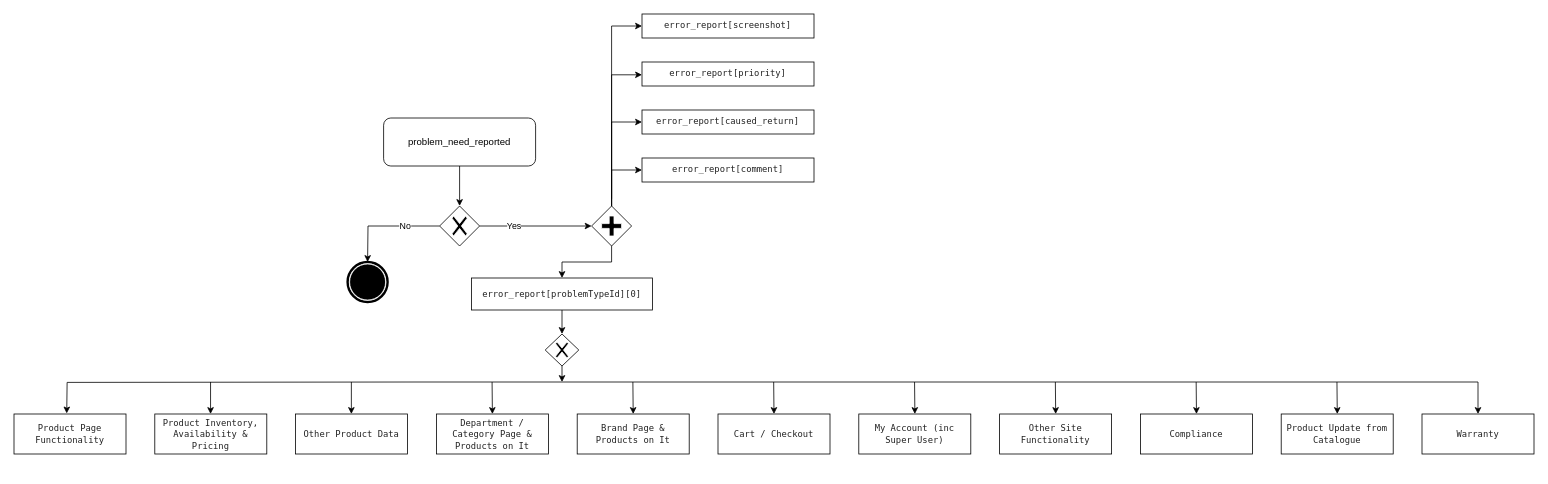
Earlier version of the draw.io diagram page "General" (1 of 11) of report-error.drawio (yvelio/test). Source tidied: cells renumbered, new cells numbered last; positions are measured from the earlier drawing's top-left corner, leaving out a move shared by most shapes. Both pictures are drawn from the tidied source at 80%, with x=0, y=0 at pixel (14, 14).
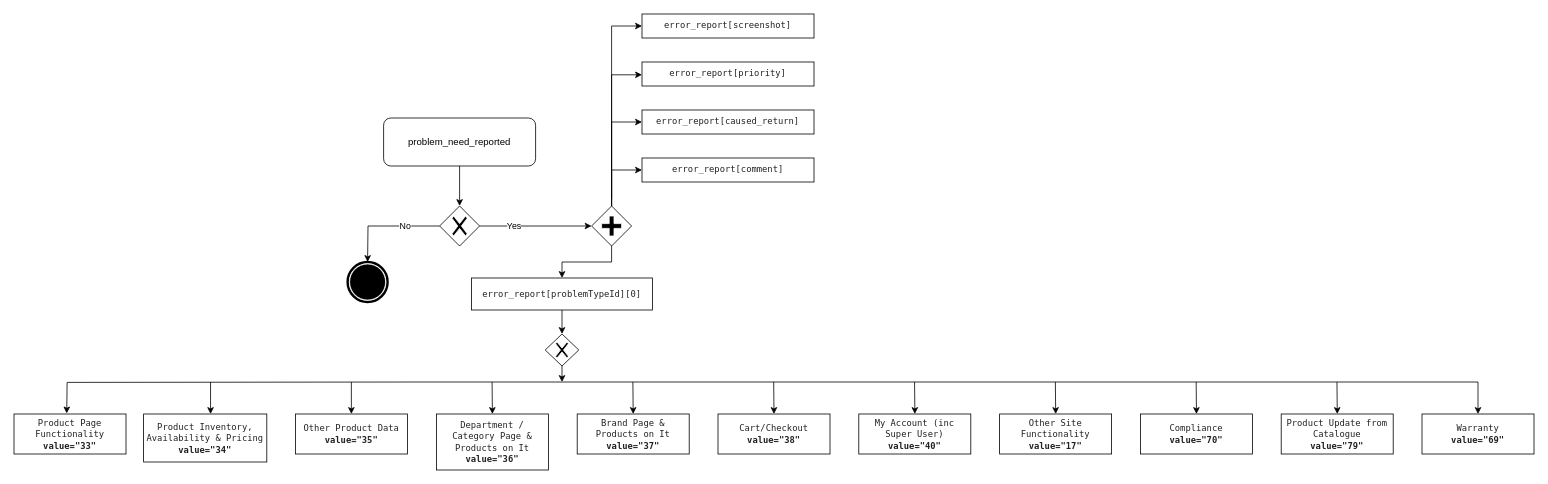
The same page after the edit.

The edit, as a diff of the source:
```diff
@@
-    <mxCell id="24" value="&lt;span style=&quot;color: rgb(34 , 34 , 34) ; font-family: &amp;#34;menlo&amp;#34; , monospace ; font-size: 11px ; text-align: left ; background-color: rgb(255 , 255 , 255)&quot;&gt;Product Page Functionality&lt;br&gt;     &lt;/span&gt;" style="whiteSpace=wrap;html=1;verticalAlign=middle;" parent="1" vertex="1">
+    <mxCell id="24" value="&lt;span style=&quot;text-align: left ; background-color: rgb(255 , 255 , 255)&quot;&gt;&lt;font color=&quot;#222222&quot; face=&quot;menlo, monospace&quot;&gt;&lt;span style=&quot;font-size: 11px&quot;&gt;Product Page Functionality&lt;/span&gt;&lt;/font&gt;&lt;br&gt;&lt;font color=&quot;#222222&quot; face=&quot;menlo, monospace&quot;&gt;&lt;span style=&quot;font-size: 11px&quot;&gt;&lt;b&gt;value=&quot;33&quot;&lt;/b&gt;&lt;/span&gt;&lt;/font&gt;&lt;br&gt;     &lt;/span&gt;" style="whiteSpace=wrap;html=1;verticalAlign=middle;" parent="1" vertex="1">
       <mxGeometry y="500" width="140" height="50" as="geometry" />
     </mxCell>
@@
-    <mxCell id="26" value="&lt;span style=&quot;color: rgb(34 , 34 , 34) ; font-family: &amp;#34;menlo&amp;#34; , monospace ; font-size: 11px ; text-align: left ; background-color: rgb(255 , 255 , 255)&quot;&gt;Product Inventory, Availability &amp;amp; Pricing&lt;/span&gt;&lt;span style=&quot;color: rgb(34 , 34 , 34) ; font-family: &amp;#34;menlo&amp;#34; , monospace ; font-size: 11px ; text-align: left ; background-color: rgb(255 , 255 , 255)&quot;&gt;&lt;br&gt;     &lt;/span&gt;" style="whiteSpace=wrap;html=1;verticalAlign=middle;" parent="1" vertex="1">
-      <mxGeometry x="176" y="500" width="140" height="50" as="geometry" />
+    <mxCell id="26" value="&lt;span style=&quot;color: rgb(34 , 34 , 34) ; font-family: &amp;#34;menlo&amp;#34; , monospace ; font-size: 11px ; text-align: left ; background-color: rgb(255 , 255 , 255)&quot;&gt;Product Inventory, Availability &amp;amp; Pricing&lt;br&gt;&lt;/span&gt;&lt;span style=&quot;text-align: left ; background-color: rgb(255 , 255 , 255)&quot;&gt;&lt;font color=&quot;#222222&quot; face=&quot;menlo, monospace&quot;&gt;&lt;span style=&quot;font-size: 11px&quot;&gt;&lt;b&gt;value=&quot;34&quot;&lt;/b&gt;&lt;/span&gt;&lt;/font&gt;&lt;br&gt;     &lt;/span&gt;" style="whiteSpace=wrap;html=1;verticalAlign=middle;" parent="1" vertex="1">
+      <mxGeometry x="162" y="500" width="154" height="60" as="geometry" />
     </mxCell>
-    <mxCell id="27" value="&lt;br class=&quot;Apple-interchange-newline&quot;&gt;&lt;span style=&quot;color: rgb(34 , 34 , 34) ; font-family: &amp;#34;menlo&amp;#34; , monospace ; font-size: 11px ; text-align: left ; background-color: rgb(255 , 255 , 255)&quot;&gt;Other Product Data&lt;br&gt;     &lt;/span&gt;&lt;span style=&quot;color: rgb(34 , 34 , 34) ; font-family: &amp;#34;menlo&amp;#34; , monospace ; font-size: 11px ; text-align: left ; background-color: rgb(255 , 255 , 255)&quot;&gt;&lt;br&gt;     &lt;/span&gt;" style="whiteSpace=wrap;html=1;verticalAlign=middle;" parent="1" vertex="1">
+    <mxCell id="27" value="&lt;br class=&quot;Apple-interchange-newline&quot;&gt;&lt;span style=&quot;text-align: left ; background-color: rgb(255 , 255 , 255)&quot;&gt;&lt;font color=&quot;#222222&quot; face=&quot;menlo, monospace&quot;&gt;&lt;span style=&quot;font-size: 11px&quot;&gt;Other Product Data&lt;/span&gt;&lt;/font&gt;&lt;br&gt;&lt;b&gt;&lt;font color=&quot;#222222&quot; face=&quot;menlo, monospace&quot;&gt;&lt;span style=&quot;font-size: 11px&quot;&gt;value=&quot;35&quot;&lt;/span&gt;&lt;/font&gt;&lt;br&gt;&lt;/b&gt;     &lt;/span&gt;&lt;span style=&quot;color: rgb(34 , 34 , 34) ; font-family: &amp;#34;menlo&amp;#34; , monospace ; font-size: 11px ; text-align: left ; background-color: rgb(255 , 255 , 255)&quot;&gt;&lt;br&gt;     &lt;/span&gt;" style="whiteSpace=wrap;html=1;verticalAlign=middle;" parent="1" vertex="1">
       <mxGeometry x="352" y="500" width="140" height="50" as="geometry" />
     </mxCell>
@@
-    <mxCell id="30" value="&lt;span style=&quot;color: rgb(34 , 34 , 34) ; font-family: &amp;#34;menlo&amp;#34; , monospace ; font-size: 11px ; text-align: left ; background-color: rgb(255 , 255 , 255)&quot;&gt;Department / Category Page &amp;amp; Products on It&lt;/span&gt;&lt;span style=&quot;color: rgb(34 , 34 , 34) ; font-family: &amp;#34;menlo&amp;#34; , monospace ; font-size: 11px ; text-align: left ; background-color: rgb(255 , 255 , 255)&quot;&gt;&lt;br&gt;     &lt;/span&gt;" style="whiteSpace=wrap;html=1;verticalAlign=middle;" parent="1" vertex="1">
-      <mxGeometry x="528" y="500" width="140" height="50" as="geometry" />
+    <mxCell id="30" value="&lt;span style=&quot;color: rgb(34 , 34 , 34) ; font-family: &amp;#34;menlo&amp;#34; , monospace ; font-size: 11px ; text-align: left ; background-color: rgb(255 , 255 , 255)&quot;&gt;Department / Category Page &amp;amp; Products on It&lt;br&gt;&lt;/span&gt;&lt;span style=&quot;text-align: left ; background-color: rgb(255 , 255 , 255)&quot;&gt;&lt;font color=&quot;#222222&quot; face=&quot;menlo, monospace&quot;&gt;&lt;span style=&quot;font-size: 11px&quot;&gt;&lt;b&gt;value=&quot;36&quot;&lt;/b&gt;&lt;/span&gt;&lt;/font&gt;&lt;br&gt;     &lt;/span&gt;" style="whiteSpace=wrap;html=1;verticalAlign=middle;" parent="1" vertex="1">
+      <mxGeometry x="528" y="500" width="140" height="70" as="geometry" />
     </mxCell>
-    <mxCell id="31" value="&lt;span style=&quot;color: rgb(34 , 34 , 34) ; font-family: &amp;#34;menlo&amp;#34; , monospace ; font-size: 11px ; text-align: left ; background-color: rgb(255 , 255 , 255)&quot;&gt;Brand Page &amp;amp; Products on It&lt;/span&gt;&lt;span style=&quot;color: rgb(34 , 34 , 34) ; font-family: &amp;#34;menlo&amp;#34; , monospace ; font-size: 11px ; text-align: left ; background-color: rgb(255 , 255 , 255)&quot;&gt;&lt;br&gt;     &lt;/span&gt;" style="whiteSpace=wrap;html=1;verticalAlign=middle;" parent="1" vertex="1">
+    <mxCell id="31" value="&lt;span style=&quot;color: rgb(34 , 34 , 34) ; font-family: &amp;#34;menlo&amp;#34; , monospace ; font-size: 11px ; text-align: left ; background-color: rgb(255 , 255 , 255)&quot;&gt;Brand Page &amp;amp; Products on It&lt;br&gt;&lt;/span&gt;&lt;span style=&quot;text-align: left ; background-color: rgb(255 , 255 , 255)&quot;&gt;&lt;font color=&quot;#222222&quot; face=&quot;menlo, monospace&quot;&gt;&lt;span style=&quot;font-size: 11px&quot;&gt;&lt;b&gt;value=&quot;37&quot;&lt;/b&gt;&lt;/span&gt;&lt;/font&gt;&lt;br&gt;     &lt;/span&gt;" style="whiteSpace=wrap;html=1;verticalAlign=middle;" parent="1" vertex="1">
       <mxGeometry x="704" y="500" width="140" height="50" as="geometry" />
     </mxCell>
-    <mxCell id="32" value="&lt;span style=&quot;color: rgb(34 , 34 , 34) ; font-family: &amp;#34;menlo&amp;#34; , monospace ; font-size: 11px ; text-align: left ; background-color: rgb(255 , 255 , 255)&quot;&gt;Cart / Checkout&lt;/span&gt;&lt;span style=&quot;color: rgb(34 , 34 , 34) ; font-family: &amp;#34;menlo&amp;#34; , monospace ; font-size: 11px ; text-align: left ; background-color: rgb(255 , 255 , 255)&quot;&gt;&lt;br&gt;     &lt;/span&gt;" style="whiteSpace=wrap;html=1;verticalAlign=middle;" parent="1" vertex="1">
+    <mxCell id="32" value="&lt;span style=&quot;color: rgb(34 , 34 , 34) ; font-family: &amp;#34;menlo&amp;#34; , monospace ; font-size: 11px ; text-align: left ; background-color: rgb(255 , 255 , 255)&quot;&gt;Cart/Checkout&lt;br&gt;&lt;/span&gt;&lt;span style=&quot;text-align: left ; background-color: rgb(255 , 255 , 255)&quot;&gt;&lt;font color=&quot;#222222&quot; face=&quot;menlo, monospace&quot;&gt;&lt;span style=&quot;font-size: 11px&quot;&gt;&lt;b&gt;value=&quot;38&quot;&lt;/b&gt;&lt;/span&gt;&lt;/font&gt;&lt;br&gt;     &lt;/span&gt;" style="whiteSpace=wrap;html=1;verticalAlign=middle;" parent="1" vertex="1">
       <mxGeometry x="880" y="500" width="140" height="50" as="geometry" />
     </mxCell>
@@
-    <mxCell id="34" value="&lt;span style=&quot;color: rgb(34 , 34 , 34) ; font-family: &amp;#34;menlo&amp;#34; , monospace ; font-size: 11px ; text-align: left ; background-color: rgb(255 , 255 , 255)&quot;&gt;&lt;br&gt;      My Account (inc Super User)&lt;br&gt;     &lt;/span&gt;&lt;span style=&quot;color: rgb(34 , 34 , 34) ; font-family: &amp;#34;menlo&amp;#34; , monospace ; font-size: 11px ; text-align: left ; background-color: rgb(255 , 255 , 255)&quot;&gt;&lt;br&gt;     &lt;/span&gt;" style="whiteSpace=wrap;html=1;verticalAlign=middle;" parent="1" vertex="1">
+    <mxCell id="34" value="&lt;span style=&quot;text-align: left ; background-color: rgb(255 , 255 , 255)&quot;&gt;&lt;br&gt;&lt;font color=&quot;#222222&quot; face=&quot;menlo, monospace&quot;&gt;&lt;span style=&quot;font-size: 11px&quot;&gt;      My Account (inc Super User)&lt;br&gt;&lt;b&gt;value=&quot;40&quot;&lt;/b&gt;&lt;/span&gt;&lt;/font&gt;&lt;b&gt;&lt;br&gt;&lt;/b&gt;     &lt;/span&gt;&lt;span style=&quot;color: rgb(34 , 34 , 34) ; font-family: &amp;#34;menlo&amp;#34; , monospace ; font-size: 11px ; text-align: left ; background-color: rgb(255 , 255 , 255)&quot;&gt;&lt;br&gt;     &lt;/span&gt;" style="whiteSpace=wrap;html=1;verticalAlign=middle;" parent="1" vertex="1">
       <mxGeometry x="1056" y="500" width="140" height="50" as="geometry" />
     </mxCell>
-    <mxCell id="35" value="&lt;span style=&quot;color: rgb(34 , 34 , 34) ; font-family: &amp;#34;menlo&amp;#34; , monospace ; font-size: 11px ; text-align: left ; background-color: rgb(255 , 255 , 255)&quot;&gt;Other Site Functionality&lt;/span&gt;&lt;span style=&quot;color: rgb(34 , 34 , 34) ; font-family: &amp;#34;menlo&amp;#34; , monospace ; font-size: 11px ; text-align: left ; background-color: rgb(255 , 255 , 255)&quot;&gt;&lt;br&gt;     &lt;/span&gt;" style="whiteSpace=wrap;html=1;verticalAlign=middle;" parent="1" vertex="1">
+    <mxCell id="35" value="&lt;span style=&quot;color: rgb(34 , 34 , 34) ; font-family: &amp;#34;menlo&amp;#34; , monospace ; font-size: 11px ; text-align: left ; background-color: rgb(255 , 255 , 255)&quot;&gt;Other Site Functionality&lt;br&gt;&lt;/span&gt;&lt;span style=&quot;text-align: left ; background-color: rgb(255 , 255 , 255)&quot;&gt;&lt;font color=&quot;#222222&quot; face=&quot;menlo, monospace&quot;&gt;&lt;span style=&quot;font-size: 11px&quot;&gt;&lt;b&gt;value=&quot;17&quot;&lt;/b&gt;&lt;/span&gt;&lt;/font&gt;&lt;br&gt;     &lt;/span&gt;" style="whiteSpace=wrap;html=1;verticalAlign=middle;" parent="1" vertex="1">
       <mxGeometry x="1232" y="500" width="140" height="50" as="geometry" />
     </mxCell>
-    <mxCell id="36" value="&lt;span style=&quot;color: rgb(34 , 34 , 34) ; font-family: &amp;#34;menlo&amp;#34; , monospace ; font-size: 11px ; text-align: left ; background-color: rgb(255 , 255 , 255)&quot;&gt;Compliance&lt;/span&gt;&lt;span style=&quot;color: rgb(34 , 34 , 34) ; font-family: &amp;#34;menlo&amp;#34; , monospace ; font-size: 11px ; text-align: left ; background-color: rgb(255 , 255 , 255)&quot;&gt;&lt;br&gt;     &lt;/span&gt;" style="whiteSpace=wrap;html=1;verticalAlign=middle;" parent="1" vertex="1">
+    <mxCell id="36" value="&lt;span style=&quot;color: rgb(34 , 34 , 34) ; font-family: &amp;#34;menlo&amp;#34; , monospace ; font-size: 11px ; text-align: left ; background-color: rgb(255 , 255 , 255)&quot;&gt;Compliance&lt;br&gt;&lt;/span&gt;&lt;span style=&quot;text-align: left ; background-color: rgb(255 , 255 , 255)&quot;&gt;&lt;font color=&quot;#222222&quot; face=&quot;menlo, monospace&quot;&gt;&lt;span style=&quot;font-size: 11px&quot;&gt;&lt;b&gt;value=&quot;70&quot;&lt;/b&gt;&lt;/span&gt;&lt;/font&gt;&lt;br&gt;     &lt;/span&gt;" style="whiteSpace=wrap;html=1;verticalAlign=middle;" parent="1" vertex="1">
       <mxGeometry x="1408" y="500" width="140" height="50" as="geometry" />
     </mxCell>
-    <mxCell id="37" value="&lt;span style=&quot;color: rgb(34 , 34 , 34) ; font-family: &amp;#34;menlo&amp;#34; , monospace ; font-size: 11px ; text-align: left ; background-color: rgb(255 , 255 , 255)&quot;&gt;&lt;br&gt;      Product Update from Catalogue&lt;br&gt;     &lt;/span&gt;&lt;span style=&quot;color: rgb(34 , 34 , 34) ; font-family: &amp;#34;menlo&amp;#34; , monospace ; font-size: 11px ; text-align: left ; background-color: rgb(255 , 255 , 255)&quot;&gt;&lt;br&gt;     &lt;/span&gt;" style="whiteSpace=wrap;html=1;verticalAlign=middle;" parent="1" vertex="1">
+    <mxCell id="37" value="&lt;span style=&quot;text-align: left ; background-color: rgb(255 , 255 , 255)&quot;&gt;&lt;br&gt;&lt;font color=&quot;#222222&quot; face=&quot;menlo, monospace&quot;&gt;&lt;span style=&quot;font-size: 11px&quot;&gt;      Product Update from Catalogue &lt;br&gt;&lt;b&gt;value=&quot;79&quot;&lt;/b&gt;&lt;/span&gt;&lt;/font&gt;&lt;b&gt;&lt;br&gt;&lt;/b&gt;     &lt;/span&gt;&lt;span style=&quot;color: rgb(34 , 34 , 34) ; font-family: &amp;#34;menlo&amp;#34; , monospace ; font-size: 11px ; text-align: left ; background-color: rgb(255 , 255 , 255)&quot;&gt;&lt;br&gt;     &lt;/span&gt;" style="whiteSpace=wrap;html=1;verticalAlign=middle;" parent="1" vertex="1">
       <mxGeometry x="1584" y="500" width="140" height="50" as="geometry" />
     </mxCell>
-    <mxCell id="38" value="&lt;span style=&quot;color: rgb(34 , 34 , 34) ; font-family: &amp;#34;menlo&amp;#34; , monospace ; font-size: 11px ; text-align: left ; background-color: rgb(255 , 255 , 255)&quot;&gt;Warranty&lt;br&gt;     &lt;/span&gt;" style="whiteSpace=wrap;html=1;verticalAlign=middle;" parent="1" vertex="1">
+    <mxCell id="38" value="&lt;span style=&quot;text-align: left ; background-color: rgb(255 , 255 , 255)&quot;&gt;&lt;font color=&quot;#222222&quot; face=&quot;menlo, monospace&quot;&gt;&lt;span style=&quot;font-size: 11px&quot;&gt;Warranty&lt;br&gt;&lt;b&gt;value=&quot;69&quot;&lt;/b&gt;&lt;/span&gt;&lt;/font&gt;&lt;br&gt;     &lt;/span&gt;" style="whiteSpace=wrap;html=1;verticalAlign=middle;" parent="1" vertex="1">
       <mxGeometry x="1760" y="500" width="140" height="50" as="geometry" />
     </mxCell>
```
